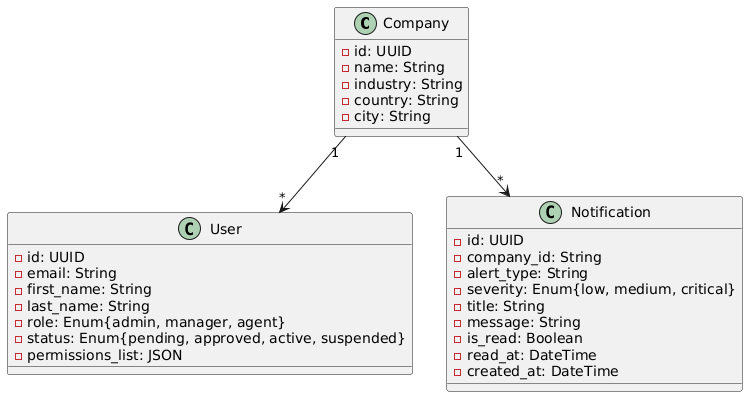
rayenbenzid1/PFE-Latex keeps this PlantUML diagram as images/sprint4/diagramme de classe.png. Above is the earlier version. Its diagram source:
```plantuml
@startuml
class Company {
    - id: UUID
    - name: String
    - industry: String
    - country: String
    - city: String
}

class User {
    - id: UUID
    - email: String
    - first_name: String
    - last_name: String
    - role: Enum{admin, manager, agent}
    - status: Enum{pending, approved, active, suspended}
    - permissions_list: JSON
}

class Notification {
    - id: UUID
    - company_id: String
    - alert_type: String
    - severity: Enum{low, medium, critical}
    - title: String
    - message: String
    - is_read: Boolean
    - read_at: DateTime
    - created_at: DateTime
}

Company "1" --> "*" User
Company "1" --> "*" Notification
@enduml
```
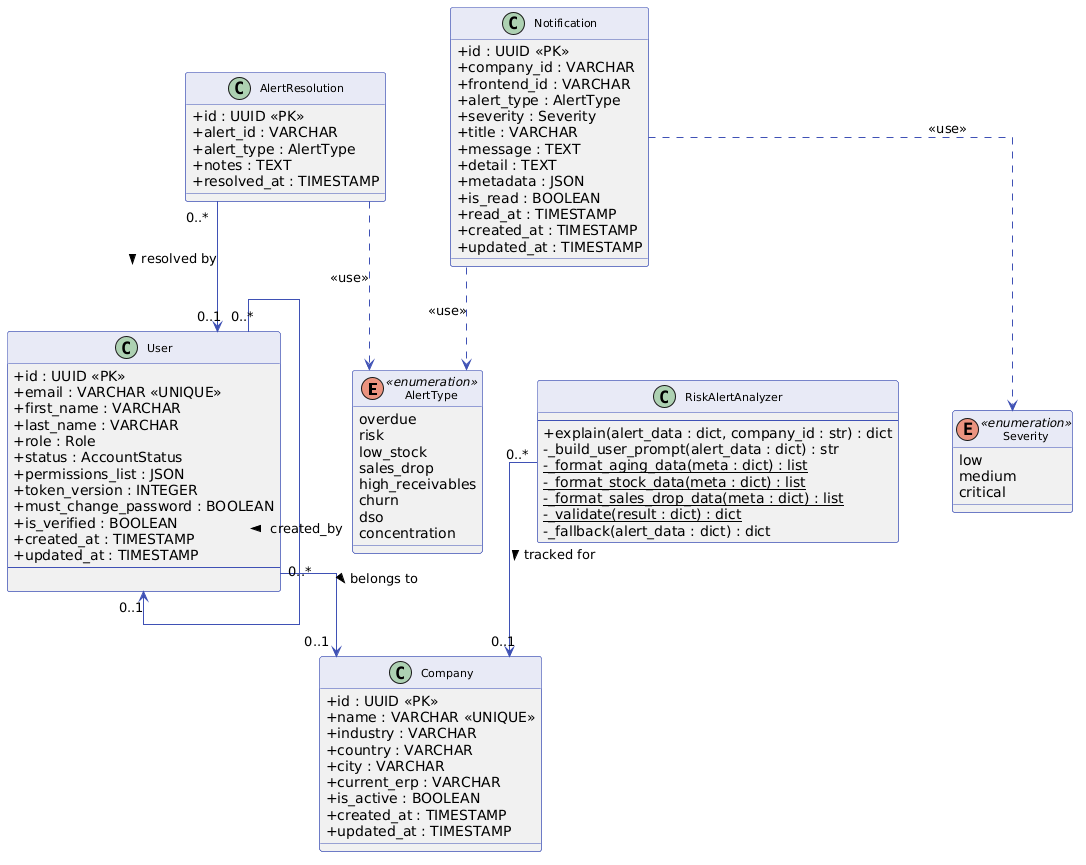
After the commit.

Change to the diagram source:
```diff
@@ -1,34 +1,123 @@
 @startuml
+skinparam classAttributeIconSize 0
+skinparam classFontSize 11
+skinparam classHeaderBackgroundColor #E8EAF6
+skinparam classBorderColor #3F51B5
+skinparam arrowColor #3F51B5
+skinparam packageBackgroundColor #FAFAFA
+skinparam packageBorderColor #9E9E9E
+skinparam nodesep 55
+skinparam ranksep 65
+skinparam linetype ortho
+
+
+enum AlertType <<enumeration>> {
+  overdue
+  risk
+  low_stock
+  sales_drop
+  high_receivables
+  churn
+  dso
+  concentration
+}
+
+enum Severity <<enumeration>> {
+  low
+  medium
+  critical
+}
+
+
+
+
 class Company {
-    - id: UUID
-    - name: String
-    - industry: String
-    - country: String
-    - city: String
+  + id : UUID <<PK>>
+  + name : VARCHAR <<UNIQUE>>
+  + industry : VARCHAR
+  + country : VARCHAR
+  + city : VARCHAR
+  + current_erp : VARCHAR
+  + is_active : BOOLEAN
+  + created_at : TIMESTAMP
+  + updated_at : TIMESTAMP
 }
 
 class User {
-    - id: UUID
-    - email: String
-    - first_name: String
-    - last_name: String
-    - role: Enum{admin, manager, agent}
-    - status: Enum{pending, approved, active, suspended}
-    - permissions_list: JSON
+  + id : UUID <<PK>>
+  + email : VARCHAR <<UNIQUE>>
+  + first_name : VARCHAR
+  + last_name : VARCHAR
+  + role : Role
+  + status : AccountStatus
+  + permissions_list : JSON
+  + token_version : INTEGER
+  + must_change_password : BOOLEAN
+  + is_verified : BOOLEAN
+  + created_at : TIMESTAMP
+  + updated_at : TIMESTAMP
+  --
+
 }
 
-class Notification {
-    - id: UUID
-    - company_id: String
-    - alert_type: String
-    - severity: Enum{low, medium, critical}
-    - title: String
-    - message: String
-    - is_read: Boolean
-    - read_at: DateTime
-    - created_at: DateTime
+
+class AlertResolution {
+  + id : UUID <<PK>>
+  + alert_id : VARCHAR
+  + alert_type : AlertType
+  + notes : TEXT
+  + resolved_at : TIMESTAMP
 }
 
-Company "1" --> "*" User
-Company "1" --> "*" Notification
+
+
+
+class Notification {
+  + id : UUID <<PK>>
+  + company_id : VARCHAR
+  + frontend_id : VARCHAR
+  + alert_type : AlertType
+  + severity : Severity
+  + title : VARCHAR
+  + message : TEXT
+  + detail : TEXT
+  + metadata : JSON
+  + is_read : BOOLEAN
+  + read_at : TIMESTAMP
+  + created_at : TIMESTAMP
+  + updated_at : TIMESTAMP
+}
+
+
+
+class RiskAlertAnalyzer {
+  --
+  + explain(alert_data : dict, company_id : str) : dict
+  - _build_user_prompt(alert_data : dict) : str
+  - {static} _format_aging_data(meta : dict) : list
+  - {static} _format_stock_data(meta : dict) : list
+  - {static} _format_sales_drop_data(meta : dict) : list
+  - {static} _validate(result : dict) : dict
+  - _fallback(alert_data : dict) : dict
+}
+
+
+
+
+User "0..*" --> "0..1" Company : belongs to >
+User "0..*" --> "0..1" User : created_by >
+
+
+
+AlertResolution "0..*" --> "0..1" User : resolved by >
+
+
+RiskAlertAnalyzer "0..*" --> "0..1" Company : tracked for >
+
+
+
+
+AlertResolution ..> AlertType : <<use>>
+Notification ..> AlertType : <<use>>
+Notification ..> Severity : <<use>>
 @enduml
```
